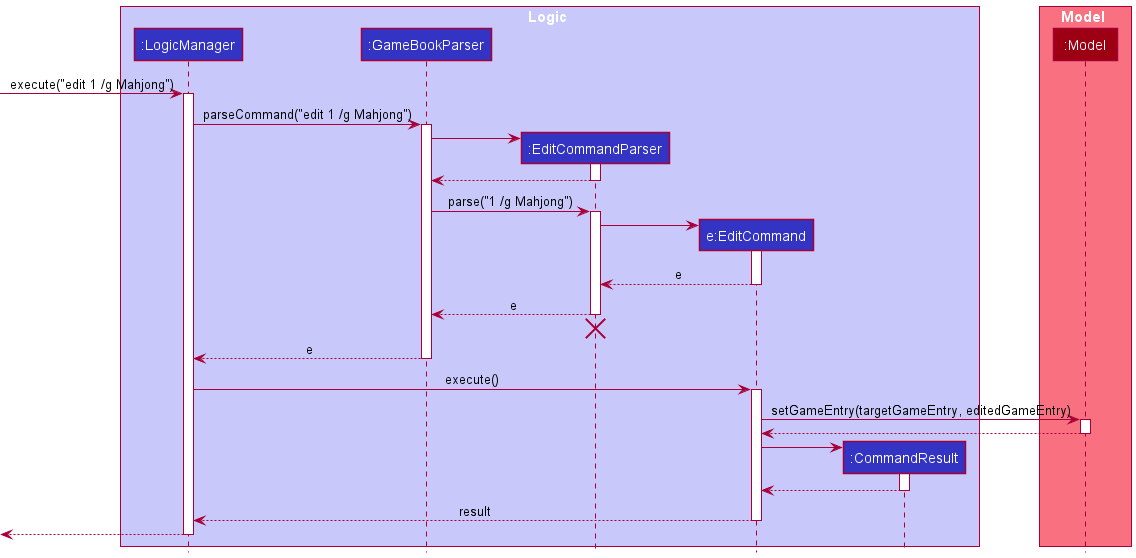
Above: docs/images/EditSequenceDiagram.png in yzhilong/tp (PlantUML), before the change.
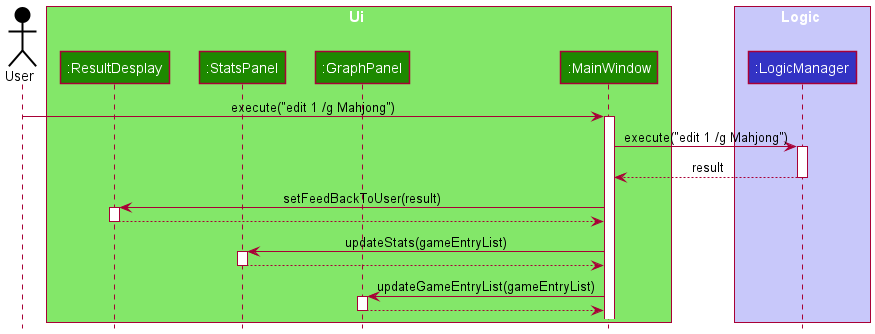
The same diagram one commit later.

Diff of the diagram source:
```diff
@@ -1,68 +1,43 @@
 @startuml
 !include style.puml
 
+Actor User as user USER_COLOR
+
+box Ui UI_COLOR_T1
+participant ":ResultDesplay" as ResultDisplay UI_COLOR
+participant ":StatsPanel" as StatsPanel UI_COLOR
+participant ":GraphPanel" as GraphPanel UI_COLOR
+participant ":MainWindow" as MainWindow UI_COLOR
+end box
+
 box Logic LOGIC_COLOR_T1
 participant ":LogicManager" as LogicManager LOGIC_COLOR
-participant ":GameBookParser" as GameBookParser LOGIC_COLOR
-participant ":EditCommandParser" as EditCommandParser LOGIC_COLOR
-participant "e:EditCommand" as EditCommand LOGIC_COLOR
-participant ":CommandResult" as CommandResult LOGIC_COLOR
 end box
 
-box Model MODEL_COLOR_T1
-participant ":Model" as Model MODEL_COLOR
-end box
+user -> MainWindow : execute("edit 1 /g Mahjong")
+activate MainWindow
 
-[-> LogicManager : execute("edit 1 /g Mahjong")
+MainWindow -> LogicManager : execute("edit 1 /g Mahjong")
 activate LogicManager
 
-LogicManager -> GameBookParser : parseCommand("edit 1 /g Mahjong")
-activate GameBookParser
+LogicManager --> MainWindow : result
+deactivate LogicManager
 
-create EditCommandParser
-GameBookParser -> EditCommandParser
-activate EditCommandParser
+MainWindow -> ResultDisplay : setFeedBackToUser(result)
+activate ResultDisplay
 
-EditCommandParser --> GameBookParser
-deactivate EditCommandParser
+ResultDisplay --> MainWindow
+deactivate ResultDisplay
 
-GameBookParser -> EditCommandParser : parse("1 /g Mahjong")
-activate EditCommandParser
+MainWindow -> StatsPanel : updateStats(gameEntryList)
+activate StatsPanel
 
-create EditCommand
-EditCommandParser -> EditCommand
-activate EditCommand
+StatsPanel --> MainWindow
+deactivate StatsPanel
 
-EditCommand --> EditCommandParser : e
-deactivate EditCommand
+MainWindow -> GraphPanel : updateGameEntryList(gameEntryList)
+activate GraphPanel
 
-EditCommandParser --> GameBookParser : e
-deactivate EditCommandParser
-EditCommandParser -[hidden]-> GameBookParser
-destroy EditCommandParser
-
-GameBookParser --> LogicManager : e
-deactivate GameBookParser
-
-LogicManager -> EditCommand : execute()
-activate EditCommand
-
-EditCommand -> Model : setGameEntry(targetGameEntry, editedGameEntry)
-activate Model
-
-Model --> EditCommand
-deactivate Model
-
-create CommandResult
-EditCommand -> CommandResult
-activate CommandResult
-
-CommandResult --> EditCommand
-deactivate CommandResult
-
-EditCommand --> LogicManager : result
-deactivate EditCommand
-
-[<--LogicManager
-deactivate LogicManager
+GraphPanel --> MainWindow
+deactivate GraphPanel
 @enduml
```
